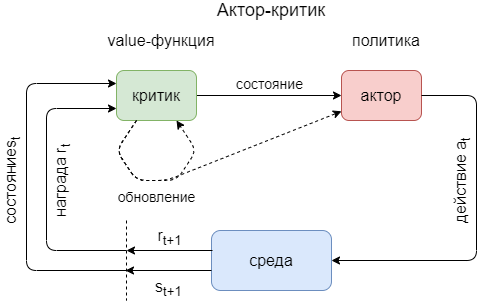
Above: my_folder/images/ch1/RL-actor-critic.png in baradist/my-thesis (draw.io), before the change. Source tidied: cells renumbered, new cells last; positions are measured from the earlier drawing's top-left corner, leaving out a move shared by most shapes.
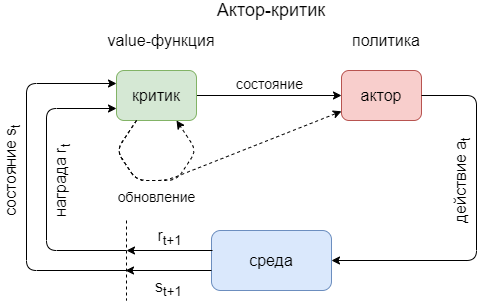
After the commit.

What changed in the source:
```diff
@@ -80,8 +80,8 @@
     <mxCell id="15" value="награда r&lt;sub&gt;t&lt;/sub&gt;" style="text;html=1;strokeColor=none;fillColor=none;align=center;verticalAlign=middle;whiteSpace=wrap;rounded=0;fontSize=16;rotation=270;" parent="1" vertex="1">
       <mxGeometry x="50" y="170" width="90" height="20" as="geometry" />
     </mxCell>
-    <mxCell id="16" value="состояниеs&lt;sub&gt;t&lt;/sub&gt;" style="text;html=1;strokeColor=none;fillColor=none;align=center;verticalAlign=middle;whiteSpace=wrap;rounded=0;fontSize=16;rotation=270;" parent="1" vertex="1">
-      <mxGeometry y="170" width="90" height="20" as="geometry" />
+    <mxCell id="16" value="состояние s&lt;sub&gt;t&lt;/sub&gt;" style="text;html=1;strokeColor=none;fillColor=none;align=center;verticalAlign=middle;whiteSpace=wrap;rounded=0;fontSize=16;rotation=270;" parent="1" vertex="1">
+      <mxGeometry x="-10" y="160" width="110" height="20" as="geometry" />
     </mxCell>
     <mxCell id="17" style="endArrow=classic;html=1;fontSize=16;entryX=1;entryY=0.5;entryDx=0;entryDy=0;exitX=1;exitY=0.5;exitDx=0;exitDy=0;" parent="1" edge="1" source="4" target="5">
       <mxGeometry relative="1" as="geometry">
```
